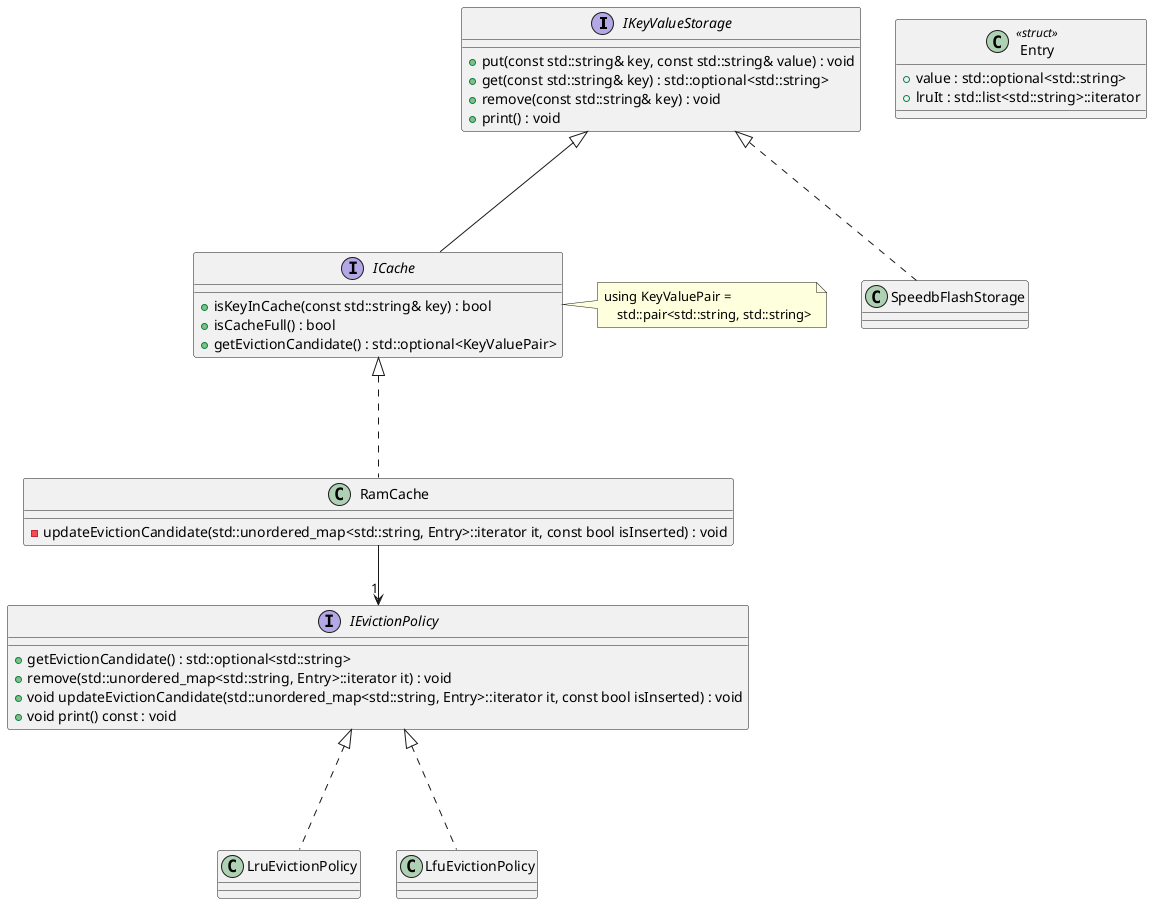
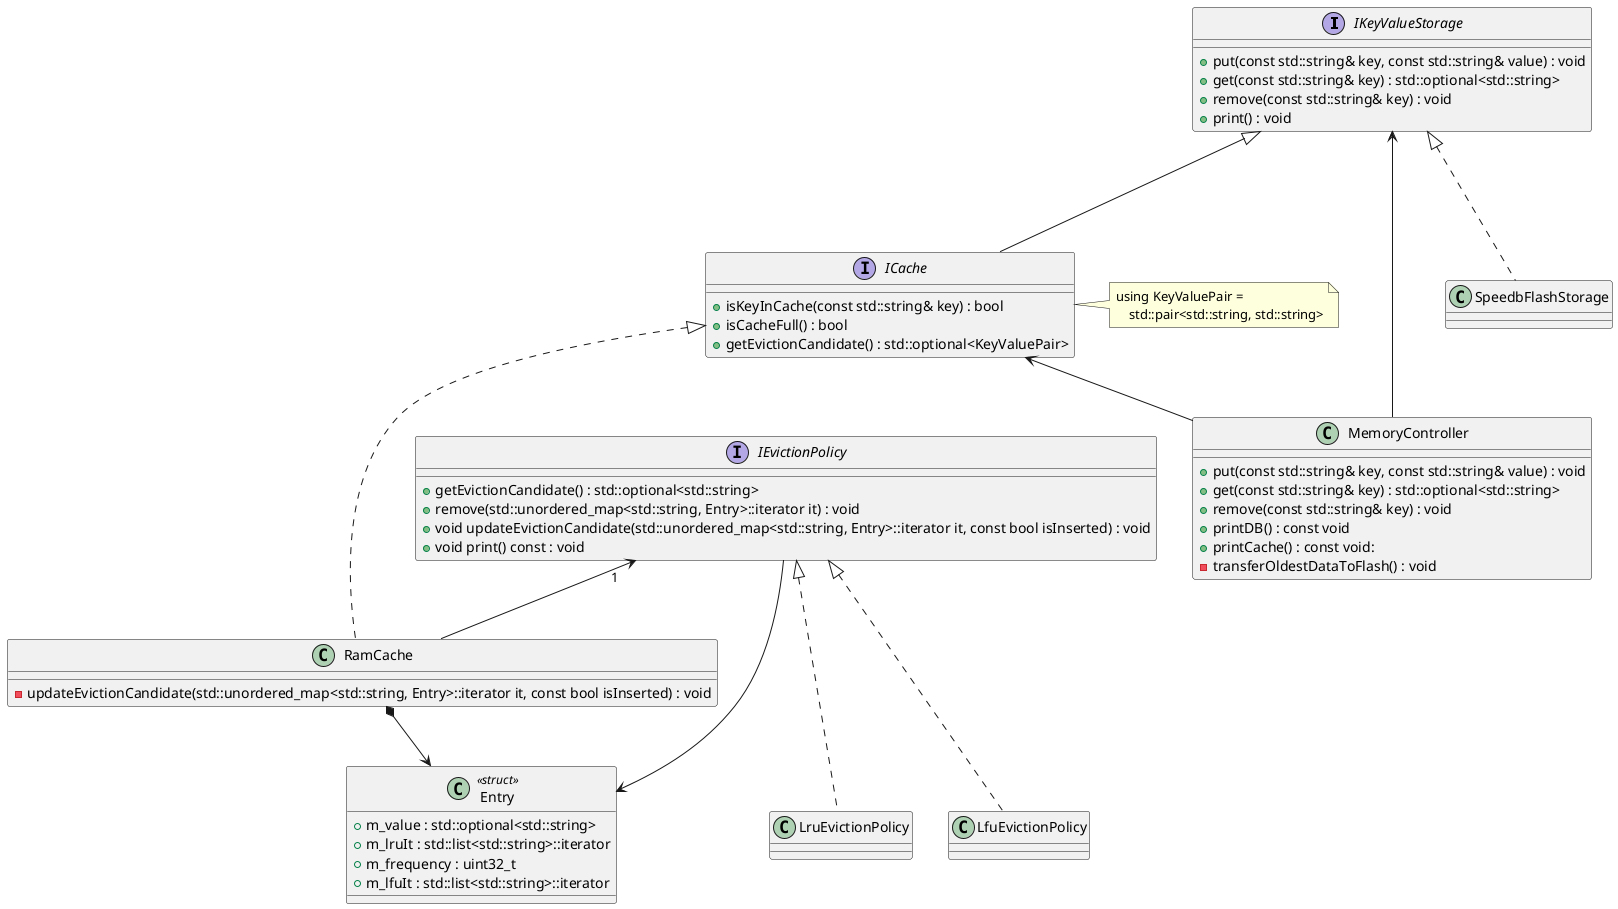
@startuml Redis POC

interface IKeyValueStorage {
    +put(const std::string& key, const std::string& value) : void
    +get(const std::string& key) : std::optional<std::string>
    +remove(const std::string& key) : void
    +print() : void
}

interface ICache {
    +isKeyInCache(const std::string& key) : bool
    +isCacheFull() : bool
    +getEvictionCandidate() : std::optional<KeyValuePair>
}

note right of ICache
using KeyValuePair =
    std::pair<std::string, std::string>
end note

class Entry <<struct>> {
-     +value : std::optional<std::string>
-     +lruIt : std::list<std::string>::iterator
+     +m_value : std::optional<std::string>
+     +m_lruIt : std::list<std::string>::iterator
+     +m_frequency : uint32_t
+     +m_lfuIt : std::list<std::string>::iterator
+ }
+ 
+ class MemoryController {
+     +put(const std::string& key, const std::string& value) : void
+     +get(const std::string& key) : std::optional<std::string>
+     +remove(const std::string& key) : void
+     +printDB() : const void
+     +printCache() : const void:
+     -transferOldestDataToFlash() : void
}

class RamCache {
    -updateEvictionCandidate(std::unordered_map<std::string, Entry>::iterator it, const bool isInserted) : void
}

class SpeedbFlashStorage {
}

interface IEvictionPolicy {
    +getEvictionCandidate() : std::optional<std::string>
    +remove(std::unordered_map<std::string, Entry>::iterator it) : void
    +void updateEvictionCandidate(std::unordered_map<std::string, Entry>::iterator it, const bool isInserted) : void
    +void print() const : void
}

class LruEvictionPolicy {
}

LruEvictionPolicy -u..|> IEvictionPolicy
LfuEvictionPolicy -u..|> IEvictionPolicy

- 
+ MemoryController -u-> IKeyValueStorage
+ MemoryController -u-> ICache
ICache -u--|> IKeyValueStorage
SpeedbFlashStorage -u..|> IKeyValueStorage
RamCache -u..|> ICache
- RamCache --> "1" IEvictionPolicy
+ RamCache -u-> "1" IEvictionPolicy
+ RamCache *--> Entry
+ 
+ IEvictionPolicy -d-> Entry

@enduml